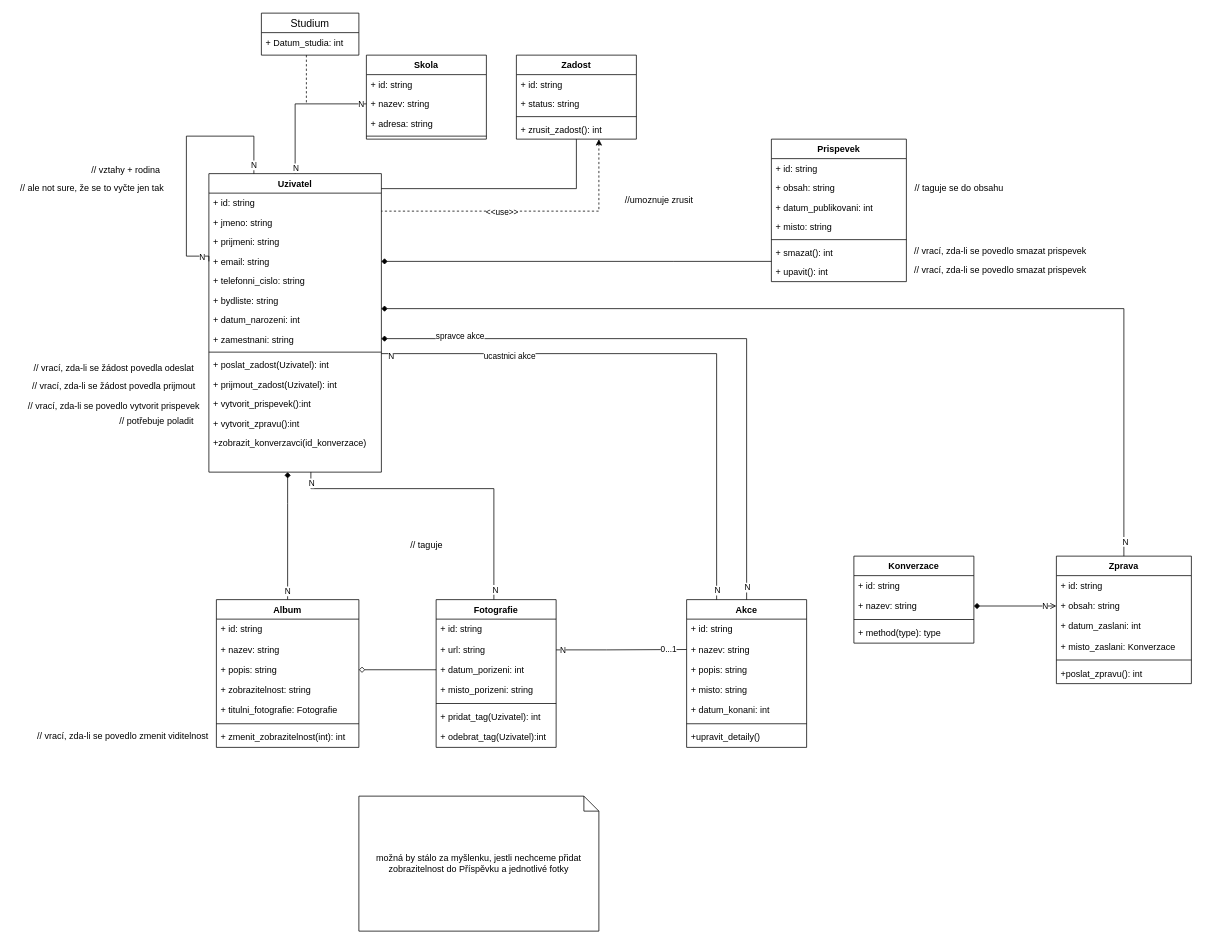
JakubBlaha/projekt-IUS keeps this draw.io diagram as tridy.drawio. Above is the earlier version. Source tidied: cells renumbered, new cells numbered last; positions are measured from the earlier drawing's top-left corner, leaving out a move shared by most shapes. Both pictures are drawn from the tidied source at 75%, with x=0, y=0 at pixel (13, 13).
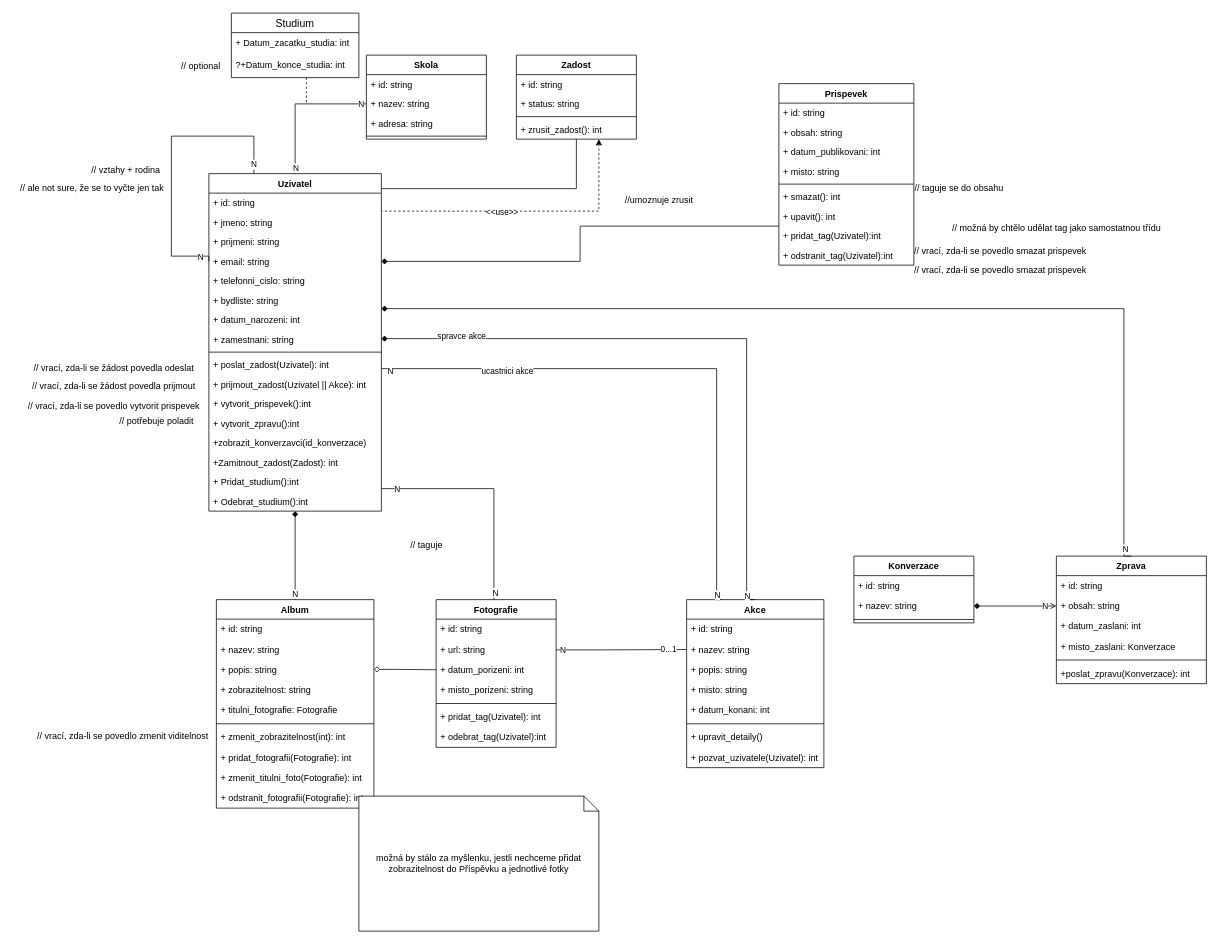
The same page after the edit.

Unchanged cells that the change refers to:
```xml
<mxCell id="11" value="+ email: string" style="text;strokeColor=none;fillColor=none;align=left;verticalAlign=top;spacingLeft=4;spacingRight=4;overflow=hidden;points=[[0,0.5],[1,0.5]];portConstraint=eastwest;" parent="7" vertex="1">
  <mxGeometry y="104" width="230" height="26" as="geometry" />
</mxCell>
<mxCell id="54" style="edgeStyle=orthogonalEdgeStyle;rounded=0;jettySize=auto;html=1;startArrow=none;startFill=0;endArrow=none;endFill=0;" parent="1" edge="1" source="57" target="7">
  <mxGeometry relative="1" as="geometry">
    <Array as="points">
      <mxPoint x="641" y="634" />
      <mxPoint x="397" y="634" />
    </Array>
  </mxGeometry>
</mxCell>
```

The edit, as a diff of the source:
```diff
@@
     <mxCell id="7" value="Uzivatel" style="swimlane;fontStyle=1;align=center;verticalAlign=top;horizontal=1;startSize=26;" parent="1" vertex="1">
-      <mxGeometry x="261" y="214" width="230" height="398" as="geometry" />
+      <mxGeometry x="261" y="214" width="230" height="450" as="geometry" />
     </mxCell>
@@
-    <mxCell id="18" value="+ prijmout_zadost(Uzivatel): int" style="text;strokeColor=none;fillColor=none;align=left;verticalAlign=top;spacingLeft=4;spacingRight=4;overflow=hidden;" parent="7" vertex="1">
+    <mxCell id="18" value="+ prijmout_zadost(Uzivatel || Akce): int" style="text;strokeColor=none;fillColor=none;align=left;verticalAlign=top;spacingLeft=4;spacingRight=4;overflow=hidden;" parent="7" vertex="1">
       <mxGeometry y="268" width="230" height="26" as="geometry" />
     </mxCell>
@@
-    <mxCell id="22" style="text;strokeColor=none;fillColor=none;align=left;verticalAlign=top;spacingLeft=4;spacingRight=4;overflow=hidden;" parent="7" vertex="1">
+    <mxCell id="22" value="+Zamitnout_zadost(Zadost): int" style="text;strokeColor=none;fillColor=none;align=left;verticalAlign=top;spacingLeft=4;spacingRight=4;overflow=hidden;" parent="7" vertex="1">
       <mxGeometry y="372" width="230" height="26" as="geometry" />
     </mxCell>
+    <mxCell id="118" value="+ Pridat_studium():int" style="text;strokeColor=none;fillColor=none;align=left;verticalAlign=top;spacingLeft=4;spacingRight=4;overflow=hidden;" parent="7" vertex="1">
+      <mxGeometry y="398" width="230" height="26" as="geometry" />
+    </mxCell>
+    <mxCell id="119" value="+ Odebrat_studium():int" style="text;strokeColor=none;fillColor=none;align=left;verticalAlign=top;spacingLeft=4;spacingRight=4;overflow=hidden;" parent="7" vertex="1">
+      <mxGeometry y="424" width="230" height="26" as="geometry" />
+    </mxCell>
     <mxCell id="23" style="edgeStyle=orthogonalEdgeStyle;rounded=0;jettySize=auto;html=1;entryX=0;entryY=0.5;entryDx=0;entryDy=0;startArrow=none;startFill=0;endArrow=none;endFill=0;" parent="7" edge="1" source="7" target="11">
       <mxGeometry relative="1" as="geometry">
         <Array as="points">
           <mxPoint x="60" y="-50" />
-          <mxPoint x="-30" y="-50" />
-          <mxPoint x="-30" y="110" />
+          <mxPoint x="-50" y="-50" />
+          <mxPoint x="-50" y="110" />
           <mxPoint y="110" />
         </Array>
       </mxGeometry>
     </mxCell>
@@
     <mxCell id="38" value="Prispevek" style="swimlane;fontStyle=1;align=center;verticalAlign=top;horizontal=1;startSize=26;" parent="1" vertex="1">
-      <mxGeometry x="1011" y="168" width="180" height="190" as="geometry" />
+      <mxGeometry x="1021" y="94" width="180" height="242" as="geometry" />
     </mxCell>
@@
+    <mxCell id="120" value="+ pridat_tag(Uzivatel):int" style="text;strokeColor=none;fillColor=none;align=left;verticalAlign=top;spacingLeft=4;spacingRight=4;overflow=hidden;" parent="38" vertex="1">
+      <mxGeometry y="190" width="180" height="26" as="geometry" />
+    </mxCell>
+    <mxCell id="121" value="+ odstranit_tag(Uzivatel):int" style="text;strokeColor=none;fillColor=none;align=left;verticalAlign=top;spacingLeft=4;spacingRight=4;overflow=hidden;" parent="38" vertex="1">
+      <mxGeometry y="216" width="180" height="26" as="geometry" />
+    </mxCell>
     <mxCell id="46" value="Album" style="swimlane;fontStyle=1;align=center;verticalAlign=top;horizontal=1;startSize=26;" parent="1" vertex="1">
-      <mxGeometry x="271" y="782" width="190" height="197" as="geometry" />
+      <mxGeometry x="271" y="782" width="210" height="278" as="geometry" />
     </mxCell>
     <mxCell id="47" value="+ id: string" style="text;strokeColor=none;fillColor=none;align=left;verticalAlign=top;spacingLeft=4;spacingRight=4;overflow=hidden;" parent="46" vertex="1">
-      <mxGeometry y="26" width="190" height="27" as="geometry" />
+      <mxGeometry y="26" width="210" height="27" as="geometry" />
     </mxCell>
     <mxCell id="48" value="+ nazev: string" style="text;strokeColor=none;fillColor=none;align=left;verticalAlign=top;spacingLeft=4;spacingRight=4;overflow=hidden;" parent="46" vertex="1">
-      <mxGeometry y="53" width="190" height="27" as="geometry" />
+      <mxGeometry y="53" width="210" height="27" as="geometry" />
     </mxCell>
     <mxCell id="49" value="+ popis: string" style="text;strokeColor=none;fillColor=none;align=left;verticalAlign=top;spacingLeft=4;spacingRight=4;overflow=hidden;" parent="46" vertex="1">
-      <mxGeometry y="80" width="190" height="27" as="geometry" />
+      <mxGeometry y="80" width="210" height="27" as="geometry" />
     </mxCell>
     <mxCell id="50" value="+ zobrazitelnost: string" style="text;strokeColor=none;fillColor=none;align=left;verticalAlign=top;spacingLeft=4;spacingRight=4;overflow=hidden;" parent="46" vertex="1">
-      <mxGeometry y="107" width="190" height="27" as="geometry" />
+      <mxGeometry y="107" width="210" height="27" as="geometry" />
     </mxCell>
     <mxCell id="51" value="+ titulni_fotografie: Fotografie" style="text;strokeColor=none;fillColor=none;align=left;verticalAlign=top;spacingLeft=4;spacingRight=4;overflow=hidden;" parent="46" vertex="1">
-      <mxGeometry y="134" width="190" height="27" as="geometry" />
+      <mxGeometry y="134" width="210" height="27" as="geometry" />
     </mxCell>
     <mxCell id="52" style="line;strokeWidth=1;fillColor=none;align=left;verticalAlign=middle;spacingTop=-1;spacingLeft=3;spacingRight=3;labelPosition=right;strokeColor=inherit;" parent="46" vertex="1">
-      <mxGeometry y="161" width="190" height="9" as="geometry" />
+      <mxGeometry y="161" width="210" height="9" as="geometry" />
     </mxCell>
     <mxCell id="53" value="+ zmenit_zobrazitelnost(int): int " style="text;strokeColor=none;fillColor=none;align=left;verticalAlign=top;spacingLeft=4;spacingRight=4;overflow=hidden;" parent="46" vertex="1">
-      <mxGeometry y="170" width="190" height="27" as="geometry" />
+      <mxGeometry y="170" width="210" height="27" as="geometry" />
     </mxCell>
+    <mxCell id="122" value="+ pridat_fotografii(Fotografie): int" style="text;strokeColor=none;fillColor=none;align=left;verticalAlign=top;spacingLeft=4;spacingRight=4;overflow=hidden;" parent="46" vertex="1">
+      <mxGeometry y="197" width="210" height="27" as="geometry" />
+    </mxCell>
+    <mxCell id="123" value="+ zmenit_titulni_foto(Fotografie): int" style="text;strokeColor=none;fillColor=none;align=left;verticalAlign=top;spacingLeft=4;spacingRight=4;overflow=hidden;" parent="46" vertex="1">
+      <mxGeometry y="224" width="210" height="27" as="geometry" />
+    </mxCell>
+    <mxCell id="124" value="+ odstranit_fotografii(Fotografie): int" style="text;strokeColor=none;fillColor=none;align=left;verticalAlign=top;spacingLeft=4;spacingRight=4;overflow=hidden;" parent="46" vertex="1">
+      <mxGeometry y="251" width="210" height="27" as="geometry" />
+    </mxCell>
@@
     <mxCell id="56" value="N" style="edgeLabel;html=1;align=center;verticalAlign=middle;" parent="54" vertex="1">
       <mxGeometry x="0.98" relative="1" as="geometry">
-        <mxPoint y="10" as="offset" />
+        <mxPoint x="17" as="offset" />
       </mxGeometry>
     </mxCell>
@@
     <mxCell id="65" value="Akce" style="swimlane;fontStyle=1;align=center;verticalAlign=top;horizontal=1;startSize=26;" parent="1" vertex="1">
-      <mxGeometry x="898" y="782" width="160" height="197" as="geometry" />
+      <mxGeometry x="898" y="782" width="183" height="224" as="geometry" />
     </mxCell>
     <mxCell id="66" value="+ id: string" style="text;strokeColor=none;fillColor=none;align=left;verticalAlign=top;spacingLeft=4;spacingRight=4;overflow=hidden;" parent="65" vertex="1">
-      <mxGeometry y="26" width="160" height="27" as="geometry" />
+      <mxGeometry y="26" width="183" height="27" as="geometry" />
     </mxCell>
     <mxCell id="67" value="+ nazev: string" style="text;strokeColor=none;fillColor=none;align=left;verticalAlign=top;spacingLeft=4;spacingRight=4;overflow=hidden;points=[[0,0.5],[1,0.5]];portConstraint=eastwest;" parent="65" vertex="1">
-      <mxGeometry y="53" width="160" height="27" as="geometry" />
+      <mxGeometry y="53" width="183" height="27" as="geometry" />
     </mxCell>
     <mxCell id="68" value="+ popis: string" style="text;strokeColor=none;fillColor=none;align=left;verticalAlign=top;spacingLeft=4;spacingRight=4;overflow=hidden;" parent="65" vertex="1">
-      <mxGeometry y="80" width="160" height="27" as="geometry" />
+      <mxGeometry y="80" width="183" height="27" as="geometry" />
     </mxCell>
     <mxCell id="69" value="+ misto: string" style="text;strokeColor=none;fillColor=none;align=left;verticalAlign=top;spacingLeft=4;spacingRight=4;overflow=hidden;" parent="65" vertex="1">
-      <mxGeometry y="107" width="160" height="27" as="geometry" />
+      <mxGeometry y="107" width="183" height="27" as="geometry" />
     </mxCell>
     <mxCell id="70" value="+ datum_konani: int" style="text;strokeColor=none;fillColor=none;align=left;verticalAlign=top;spacingLeft=4;spacingRight=4;overflow=hidden;" parent="65" vertex="1">
-      <mxGeometry y="134" width="160" height="27" as="geometry" />
+      <mxGeometry y="134" width="183" height="27" as="geometry" />
     </mxCell>
     <mxCell id="71" style="line;strokeWidth=1;fillColor=none;align=left;verticalAlign=middle;spacingTop=-1;spacingLeft=3;spacingRight=3;labelPosition=right;strokeColor=inherit;" parent="65" vertex="1">
-      <mxGeometry y="161" width="160" height="9" as="geometry" />
+      <mxGeometry y="161" width="183" height="9" as="geometry" />
     </mxCell>
-    <mxCell id="72" value="+upravit_detaily()" style="text;strokeColor=none;fillColor=none;align=left;verticalAlign=top;spacingLeft=4;spacingRight=4;overflow=hidden;" parent="65" vertex="1">
-      <mxGeometry y="170" width="160" height="27" as="geometry" />
+    <mxCell id="72" value="+ upravit_detaily()" style="text;strokeColor=none;fillColor=none;align=left;verticalAlign=top;spacingLeft=4;spacingRight=4;overflow=hidden;" parent="65" vertex="1">
+      <mxGeometry y="170" width="183" height="27" as="geometry" />
     </mxCell>
+    <mxCell id="125" value="+ pozvat_uzivatele(Uzivatel): int&#10;" style="text;strokeColor=none;fillColor=none;align=left;verticalAlign=top;spacingLeft=4;spacingRight=4;overflow=hidden;" parent="65" vertex="1">
+      <mxGeometry y="197" width="183" height="27" as="geometry" />
+    </mxCell>
     <mxCell id="73" value="Konverzace" style="swimlane;fontStyle=1;align=center;verticalAlign=top;horizontal=1;startSize=26;" parent="1" vertex="1">
-      <mxGeometry x="1121" y="724" width="160" height="116" as="geometry" />
+      <mxGeometry x="1121" y="724" width="160" height="89" as="geometry" />
     </mxCell>
@@
-    <mxCell id="77" value="+ method(type): type" style="text;strokeColor=none;fillColor=none;align=left;verticalAlign=top;spacingLeft=4;spacingRight=4;overflow=hidden;" parent="73" vertex="1">
-      <mxGeometry y="89" width="160" height="27" as="geometry" />
-    </mxCell>
     <mxCell id="78" value="Zprava" style="swimlane;fontStyle=1;align=center;verticalAlign=top;horizontal=1;startSize=26;" parent="1" vertex="1">
-      <mxGeometry x="1391" y="724" width="180" height="170" as="geometry" />
+      <mxGeometry x="1391" y="724" width="200" height="170" as="geometry" />
     </mxCell>
     <mxCell id="79" value="+ id: string" style="text;strokeColor=none;fillColor=none;align=left;verticalAlign=top;spacingLeft=4;spacingRight=4;overflow=hidden;" parent="78" vertex="1">
-      <mxGeometry y="26" width="180" height="27" as="geometry" />
+      <mxGeometry y="26" width="200" height="27" as="geometry" />
     </mxCell>
     <mxCell id="80" value="+ obsah: string" style="text;strokeColor=none;fillColor=none;align=left;verticalAlign=top;spacingLeft=4;spacingRight=4;overflow=hidden;points=[[0,0.5],[1,0.5]];portConstraint=eastwest;" parent="78" vertex="1">
-      <mxGeometry y="53" width="180" height="27" as="geometry" />
+      <mxGeometry y="53" width="200" height="27" as="geometry" />
     </mxCell>
     <mxCell id="81" value="+ datum_zaslani: int" style="text;strokeColor=none;fillColor=none;align=left;verticalAlign=top;spacingLeft=4;spacingRight=4;overflow=hidden;" parent="78" vertex="1">
-      <mxGeometry y="80" width="180" height="27" as="geometry" />
+      <mxGeometry y="80" width="200" height="27" as="geometry" />
     </mxCell>
     <mxCell id="82" value="+ misto_zaslani: Konverzace" style="text;strokeColor=none;fillColor=none;align=left;verticalAlign=top;spacingLeft=4;spacingRight=4;overflow=hidden;" parent="78" vertex="1">
-      <mxGeometry y="107" width="180" height="27" as="geometry" />
+      <mxGeometry y="107" width="200" height="27" as="geometry" />
     </mxCell>
     <mxCell id="83" style="line;strokeWidth=1;fillColor=none;align=left;verticalAlign=middle;spacingTop=-1;spacingLeft=3;spacingRight=3;labelPosition=right;strokeColor=inherit;" parent="78" vertex="1">
-      <mxGeometry y="134" width="180" height="9" as="geometry" />
+      <mxGeometry y="134" width="200" height="9" as="geometry" />
     </mxCell>
-    <mxCell id="84" value="+poslat_zpravu(): int" style="text;strokeColor=none;fillColor=none;align=left;verticalAlign=top;spacingLeft=4;spacingRight=4;overflow=hidden;" parent="78" vertex="1">
-      <mxGeometry y="143" width="180" height="27" as="geometry" />
+    <mxCell id="84" value="+poslat_zpravu(Konverzace): int" style="text;strokeColor=none;fillColor=none;align=left;verticalAlign=top;spacingLeft=4;spacingRight=4;overflow=hidden;" parent="78" vertex="1">
+      <mxGeometry y="143" width="200" height="27" as="geometry" />
     </mxCell>
-    <mxCell id="85" style="edgeStyle=orthogonalEdgeStyle;rounded=0;orthogonalLoop=1;jettySize=auto;html=1;entryX=0;entryY=0.5;entryDx=0;entryDy=0;endArrow=none;endFill=0;startArrow=diamond;startFill=0;" parent="1" edge="1">
+    <mxCell id="85" style="edgeStyle=orthogonalEdgeStyle;rounded=0;jettySize=auto;html=1;entryX=0;entryY=0.5;entryDx=0;entryDy=0;endArrow=none;endFill=0;startArrow=diamond;startFill=0;" parent="1" edge="1" source="46">
       <mxGeometry relative="1" as="geometry">
-        <mxPoint x="461" y="875.5" as="sourcePoint" />
         <mxPoint x="564" y="875.5" as="targetPoint" />
+        <Array as="points">
+          <mxPoint x="511" y="875" />
+          <mxPoint x="511" y="875" />
+        </Array>
       </mxGeometry>
     </mxCell>
@@
     <mxCell id="92" style="edgeStyle=orthogonalEdgeStyle;rounded=0;jettySize=auto;html=1;entryX=0.25;entryY=0;entryDx=0;entryDy=0;startArrow=none;startFill=0;endArrow=none;endFill=0;" parent="1" edge="1" source="7" target="65">
       <mxGeometry relative="1" as="geometry">
         <Array as="points">
-          <mxPoint x="938" y="454" />
+          <mxPoint x="938" y="474" />
+          <mxPoint x="938" y="782" />
         </Array>
       </mxGeometry>
     </mxCell>
@@
     <mxCell id="97" value="Studium" style="swimlane;fontStyle=0;horizontal=1;startSize=26;align=center;fontSize=14;" parent="1" vertex="1">
-      <mxGeometry x="331" width="130" height="56" as="geometry" />
+      <mxGeometry x="291" width="170" height="86" as="geometry" />
     </mxCell>
-    <mxCell id="98" value="+ Datum_studia: int" style="text;strokeColor=none;fillColor=none;spacingLeft=4;spacingRight=4;overflow=hidden;fontSize=12;" parent="97" vertex="1">
-      <mxGeometry y="26" width="130" height="30" as="geometry" />
+    <mxCell id="98" value="+ Datum_zacatku_studia: int" style="text;strokeColor=none;fillColor=none;spacingLeft=4;spacingRight=4;overflow=hidden;fontSize=12;" parent="97" vertex="1">
+      <mxGeometry y="26" width="170" height="30" as="geometry" />
     </mxCell>
+    <mxCell id="126" value="?+Datum_konce_studia: int" style="text;strokeColor=none;fillColor=none;spacingLeft=4;spacingRight=4;overflow=hidden;fontSize=12;" parent="97" vertex="1">
+      <mxGeometry y="56" width="170" height="30" as="geometry" />
+    </mxCell>
@@
     <mxCell id="114" style="edgeStyle=orthogonalEdgeStyle;rounded=0;jettySize=auto;html=1;startArrow=diamond;startFill=1;endArrow=none;endFill=0;" parent="1" edge="1" source="11" target="38">
       <mxGeometry relative="1" as="geometry">
         <Array as="points">
-          <mxPoint x="881" y="331" />
-          <mxPoint x="881" y="331" />
+          <mxPoint x="756" y="331" />
+          <mxPoint x="756" y="284" />
         </Array>
       </mxGeometry>
     </mxCell>
@@
+    <mxCell id="127" value="// optional" style="text;html=1;align=center;verticalAlign=middle;strokeColor=none;fillColor=none;" parent="1" vertex="1">
+      <mxGeometry x="210" y="56" width="80" height="30" as="geometry" />
+    </mxCell>
+    <mxCell id="128" value="// možná by chtělo udělat tag jako samostatnou třídu" style="text;html=1;align=center;verticalAlign=middle;strokeColor=none;fillColor=none;" parent="1" vertex="1">
+      <mxGeometry x="1241" y="272" width="300" height="30" as="geometry" />
+    </mxCell>
```
